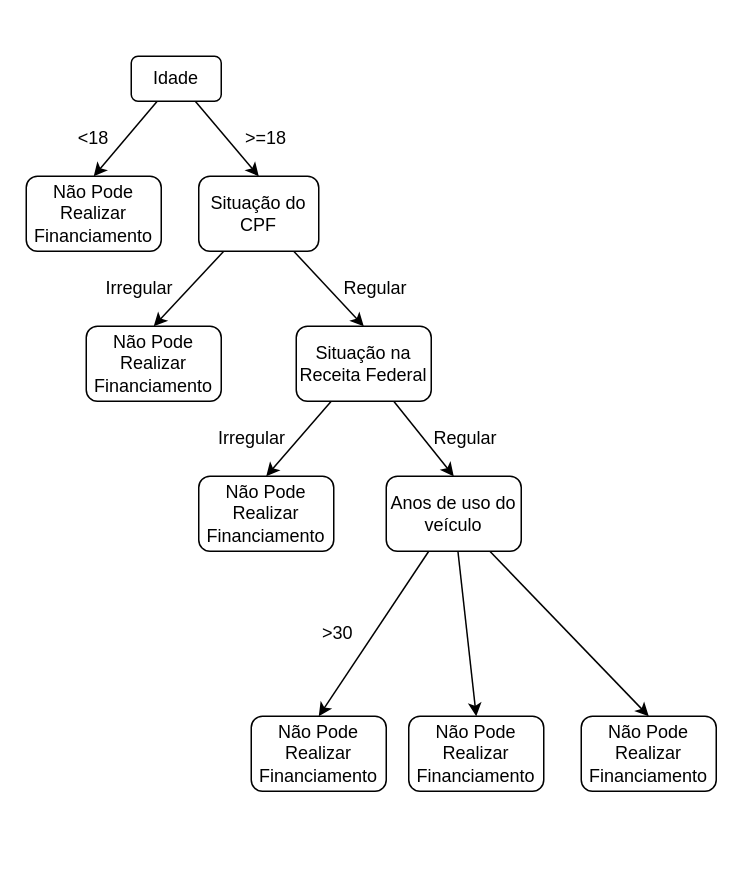
Earlier version of the draw.io diagram diagrams/1.drawio (darkvictor13/Expert-System). Source tidied: cells renumbered, new cells numbered last; positions are measured from the earlier drawing's top-left corner, leaving out a move shared by most shapes. Both pictures are drawn from the tidied source at 150%, with x=0, y=0 at pixel (26, 56).
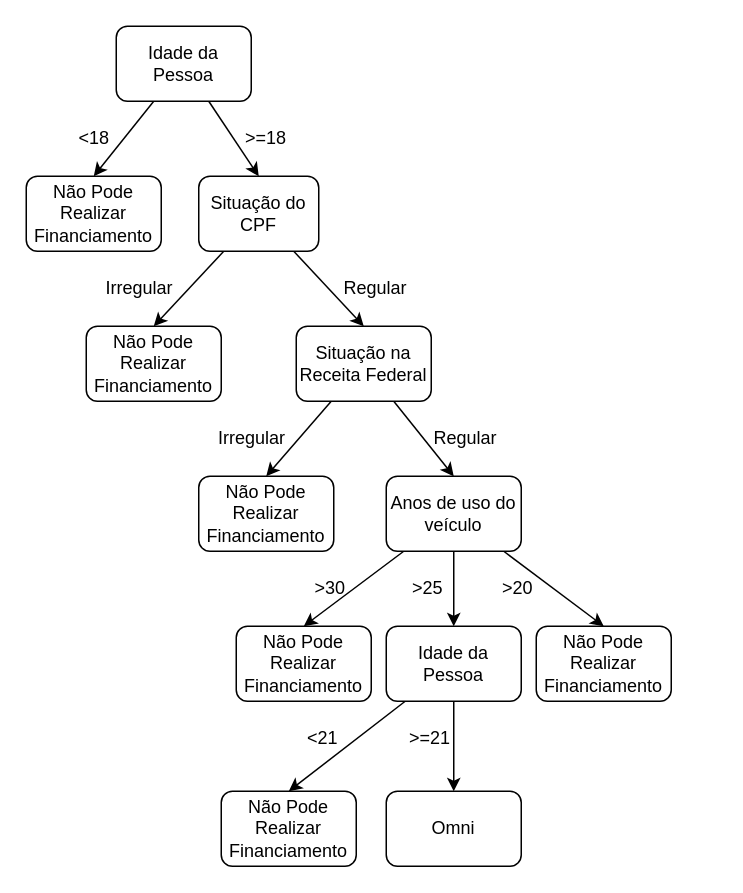
The same page after the edit.

Commit message:
Finalizada a árvore de decisão, mas vai saber

The change refers to these unchanged cells:
```xml
<mxCell id="5" value="Não Pode Realizar Financiamento" style="rounded=1;whiteSpace=wrap;html=1;" parent="1" vertex="1">
  <mxGeometry y="80" width="90" height="50" as="geometry" />
</mxCell>
<mxCell id="8" value="Situação do CPF" style="rounded=1;whiteSpace=wrap;html=1;" parent="1" vertex="1">
  <mxGeometry x="115" y="80" width="80" height="50" as="geometry" />
</mxCell>
```

Diff of the diagram source:
```diff
@@
-    <mxCell id="2" style="edgeStyle=none;html=1;entryX=0.5;entryY=0;entryDx=0;entryDy=0;" parent="1" edge="1" source="4" target="5">
-      <mxGeometry relative="1" as="geometry" />
-    </mxCell>
-    <mxCell id="3" style="edgeStyle=none;html=1;entryX=0.5;entryY=0;entryDx=0;entryDy=0;" parent="1" edge="1" source="4" target="8">
-      <mxGeometry relative="1" as="geometry" />
-    </mxCell>
-    <mxCell id="4" value="Idade" style="rounded=1;whiteSpace=wrap;html=1;" parent="1" vertex="1">
-      <mxGeometry x="70" width="60" height="30" as="geometry" />
-    </mxCell>
@@
     <mxCell id="9" value="&amp;lt;18" style="text;html=1;strokeColor=none;fillColor=none;align=center;verticalAlign=middle;whiteSpace=wrap;rounded=0;" parent="1" vertex="1">
-      <mxGeometry x="15" y="40" width="60" height="30" as="geometry" />
+      <mxGeometry x="27.5" y="40" width="35" height="30" as="geometry" />
     </mxCell>
     <mxCell id="10" value="&amp;gt;=18" style="text;html=1;strokeColor=none;fillColor=none;align=center;verticalAlign=middle;whiteSpace=wrap;rounded=0;" parent="1" vertex="1">
-      <mxGeometry x="130" y="40" width="60" height="30" as="geometry" />
+      <mxGeometry x="145" y="40" width="30" height="30" as="geometry" />
     </mxCell>
@@
     <mxCell id="24" value="Não Pode Realizar Financiamento" style="rounded=1;whiteSpace=wrap;html=1;" parent="1" vertex="1">
-      <mxGeometry x="150" y="440" width="90" height="50" as="geometry" />
+      <mxGeometry x="140" y="380" width="90" height="50" as="geometry" />
     </mxCell>
     <mxCell id="25" value="&amp;gt;30" style="text;html=1;strokeColor=none;fillColor=none;align=right;verticalAlign=middle;whiteSpace=wrap;rounded=0;" parent="1" vertex="1">
-      <mxGeometry x="160" y="370" width="60" height="30" as="geometry" />
+      <mxGeometry x="190" y="340" width="25" height="30" as="geometry" />
     </mxCell>
+    <mxCell id="28" style="edgeStyle=none;html=1;entryX=0.5;entryY=0;entryDx=0;entryDy=0;" parent="1" edge="1" source="26" target="31">
+      <mxGeometry relative="1" as="geometry" />
+    </mxCell>
+    <mxCell id="29" style="edgeStyle=none;html=1;entryX=0.5;entryY=0;entryDx=0;entryDy=0;" parent="1" edge="1" source="26" target="32">
+      <mxGeometry relative="1" as="geometry" />
+    </mxCell>
-    <mxCell id="26" value="Não Pode Realizar Financiamento" style="rounded=1;whiteSpace=wrap;html=1;" parent="1" vertex="1">
-      <mxGeometry x="255" y="440" width="90" height="50" as="geometry" />
+    <mxCell id="26" value="Idade da Pessoa" style="rounded=1;whiteSpace=wrap;html=1;" parent="1" vertex="1">
+      <mxGeometry x="240" y="380" width="90" height="50" as="geometry" />
     </mxCell>
     <mxCell id="27" value="Não Pode Realizar Financiamento" style="rounded=1;whiteSpace=wrap;html=1;" parent="1" vertex="1">
-      <mxGeometry x="370" y="440" width="90" height="50" as="geometry" />
+      <mxGeometry x="340" y="380" width="90" height="50" as="geometry" />
     </mxCell>
+    <mxCell id="30" value="&amp;gt;25" style="text;html=1;strokeColor=none;fillColor=none;align=right;verticalAlign=middle;whiteSpace=wrap;rounded=0;" parent="1" vertex="1">
+      <mxGeometry x="260" y="340" width="20" height="30" as="geometry" />
+    </mxCell>
+    <mxCell id="31" value="Não Pode Realizar Financiamento" style="rounded=1;whiteSpace=wrap;html=1;" parent="1" vertex="1">
+      <mxGeometry x="130" y="490" width="90" height="50" as="geometry" />
+    </mxCell>
+    <mxCell id="32" value="Omni" style="rounded=1;whiteSpace=wrap;html=1;" parent="1" vertex="1">
+      <mxGeometry x="240" y="490" width="90" height="50" as="geometry" />
+    </mxCell>
+    <mxCell id="33" value="&amp;gt;=21" style="text;html=1;strokeColor=none;fillColor=none;align=right;verticalAlign=middle;whiteSpace=wrap;rounded=0;" parent="1" vertex="1">
+      <mxGeometry x="255" y="440" width="30" height="30" as="geometry" />
+    </mxCell>
+    <mxCell id="34" value="&amp;lt;21" style="text;html=1;strokeColor=none;fillColor=none;align=right;verticalAlign=middle;whiteSpace=wrap;rounded=0;" parent="1" vertex="1">
+      <mxGeometry x="180" y="440" width="30" height="30" as="geometry" />
+    </mxCell>
+    <mxCell id="35" style="edgeStyle=none;html=1;entryX=0.5;entryY=0;entryDx=0;entryDy=0;" parent="1" edge="1" source="37" target="5">
+      <mxGeometry relative="1" as="geometry" />
+    </mxCell>
+    <mxCell id="36" style="edgeStyle=none;html=1;entryX=0.5;entryY=0;entryDx=0;entryDy=0;" parent="1" edge="1" source="37" target="8">
+      <mxGeometry relative="1" as="geometry" />
+    </mxCell>
+    <mxCell id="37" value="Idade da Pessoa" style="rounded=1;whiteSpace=wrap;html=1;" parent="1" vertex="1">
+      <mxGeometry x="60" y="-20" width="90" height="50" as="geometry" />
+    </mxCell>
+    <mxCell id="38" value="&amp;gt;20" style="text;html=1;strokeColor=none;fillColor=none;align=right;verticalAlign=middle;whiteSpace=wrap;rounded=0;" parent="1" vertex="1">
+      <mxGeometry x="320" y="340" width="20" height="30" as="geometry" />
+    </mxCell>
```
